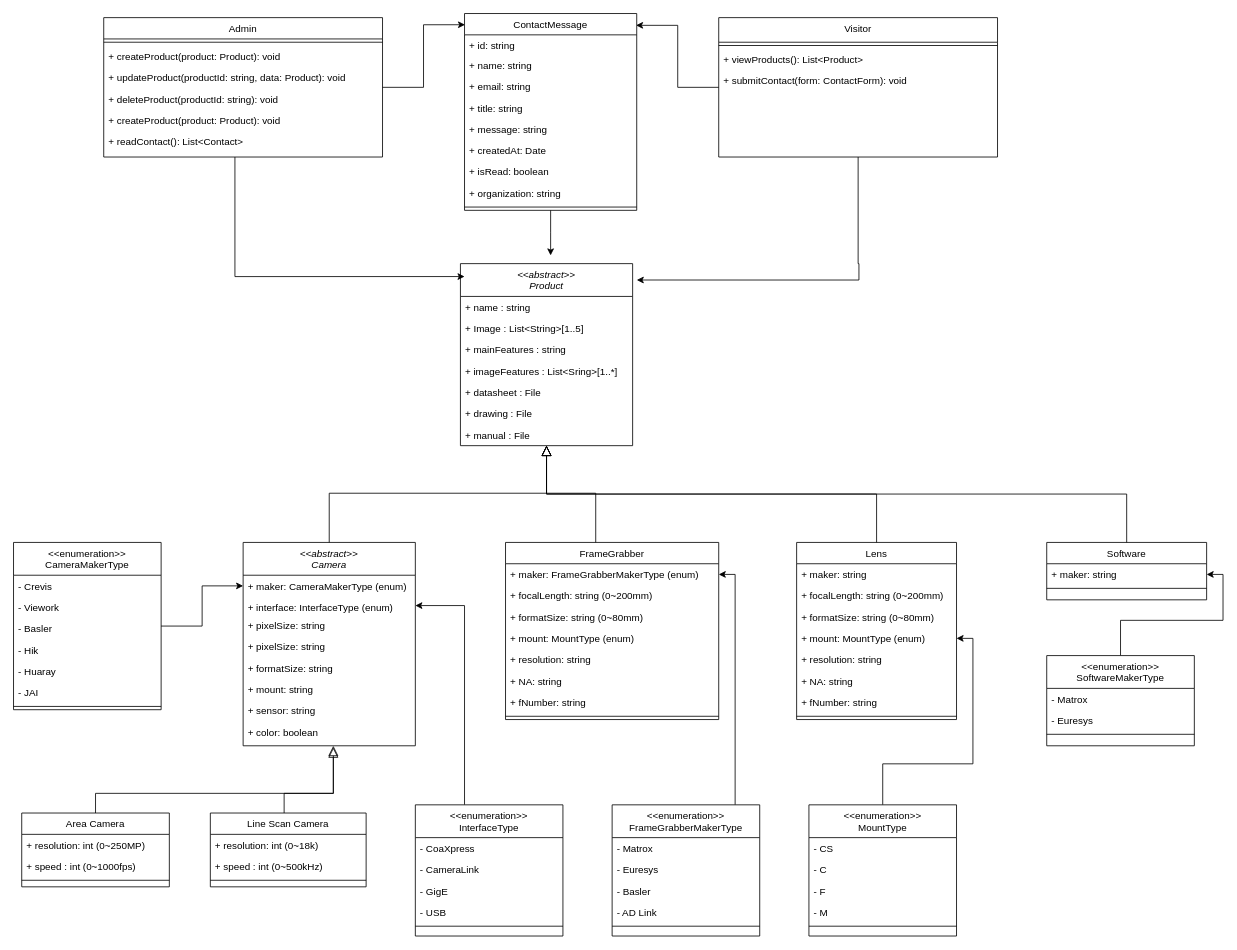
Earlier version of the draw.io diagram class-diagram.drawio (hyeonjun-L/humming-vision). Source tidied: cells renumbered, new cells numbered last; positions are measured from the earlier drawing's top-left corner, leaving out a move shared by most shapes. Both pictures are drawn from the tidied source at 82%, with x=0, y=0 at pixel (13, 13).
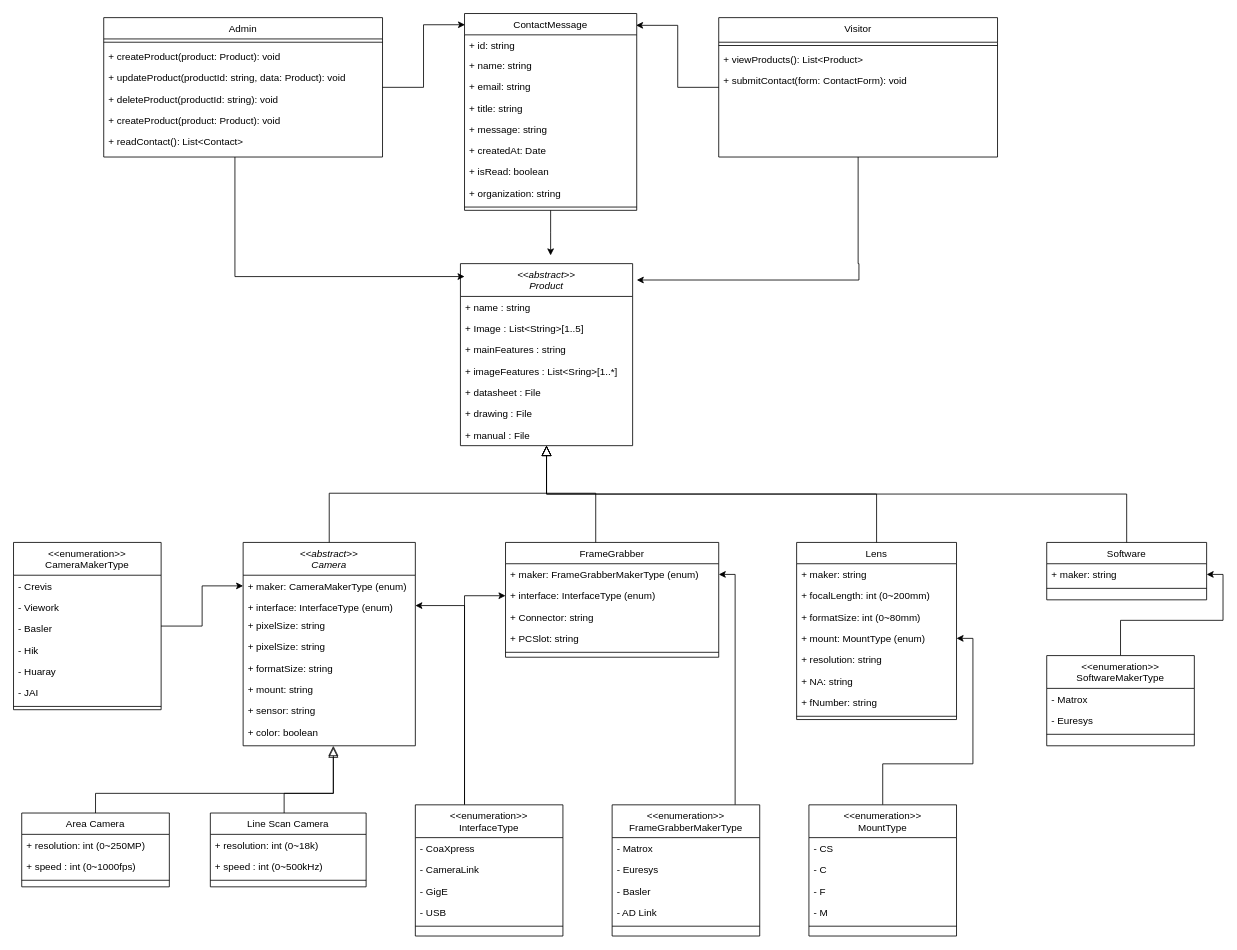
Above is the later version.

Unchanged cells that the change refers to:
```xml
<mxCell id="10" value="Lens" style="swimlane;fontStyle=0;align=center;verticalAlign=top;horizontal=1;startSize=26;rounded=0;shadow=0;strokeWidth=1;" parent="1" vertex="1">
  <mxGeometry x="955" y="645" width="195" height="216" as="geometry" />
</mxCell>
<mxCell id="69" value="&lt;&lt;enumeration&gt;&gt;&#10;InterfaceType" style="swimlane;fontStyle=0;align=center;verticalAlign=top;horizontal=1;startSize=40;rounded=0;shadow=0;strokeWidth=1;" parent="1" vertex="1">
  <mxGeometry x="490" y="965" width="180" height="160" as="geometry" />
</mxCell>
```

The edit, as a diff of the source:
```diff
@@
-    <mxCell id="12" value="+ focalLength: string (0~200mm)  &#10;" style="text;align=left;verticalAlign=top;spacingLeft=4;spacingRight=4;overflow=hidden;" parent="10" vertex="1">
+    <mxCell id="12" value="+ focalLength: int (0~200mm)  &#10;" style="text;align=left;verticalAlign=top;spacingLeft=4;spacingRight=4;overflow=hidden;" parent="10" vertex="1">
       <mxGeometry y="52" width="195" height="26" as="geometry" />
     </mxCell>
-    <mxCell id="13" value="+ formatSize: string (0~80mm)  " style="text;align=left;verticalAlign=top;spacingLeft=4;spacingRight=4;overflow=hidden;rounded=0;shadow=0;html=0;" parent="10" vertex="1">
+    <mxCell id="13" value="+ formatSize: int (0~80mm)  " style="text;align=left;verticalAlign=top;spacingLeft=4;spacingRight=4;overflow=hidden;rounded=0;shadow=0;html=0;" parent="10" vertex="1">
       <mxGeometry y="78" width="195" height="26" as="geometry" />
     </mxCell>
@@
+    <mxCell id="115" style="edgeStyle=orthogonalEdgeStyle;rounded=0;jettySize=auto;html=1;" parent="1" edge="1" source="69" target="84">
+      <mxGeometry relative="1" as="geometry">
+        <Array as="points">
+          <mxPoint x="550" y="710" />
+        </Array>
+      </mxGeometry>
+    </mxCell>
@@
     <mxCell id="82" value="FrameGrabber" style="swimlane;fontStyle=0;align=center;verticalAlign=top;horizontal=1;startSize=26;rounded=0;shadow=0;strokeWidth=1;" parent="1" vertex="1">
-      <mxGeometry x="600" y="645" width="260" height="216" as="geometry" />
+      <mxGeometry x="600" y="645" width="260" height="140" as="geometry" />
     </mxCell>
@@
-    <mxCell id="84" value="+ focalLength: string (0~200mm)  &#10;" style="text;align=left;verticalAlign=top;spacingLeft=4;spacingRight=4;overflow=hidden;points=[[0,0.5],[1,0.5]];portConstraint=eastwest;" parent="82" vertex="1">
+    <mxCell id="84" value="+ interface: InterfaceType (enum)&#10;" style="text;align=left;verticalAlign=top;spacingLeft=4;spacingRight=4;overflow=hidden;points=[[0,0.5],[1,0.5]];portConstraint=eastwest;" parent="82" vertex="1">
       <mxGeometry y="52" width="260" height="26" as="geometry" />
     </mxCell>
-    <mxCell id="85" value="+ formatSize: string (0~80mm)  " style="text;align=left;verticalAlign=top;spacingLeft=4;spacingRight=4;overflow=hidden;rounded=0;shadow=0;html=0;" parent="82" vertex="1">
+    <mxCell id="85" value="+ Connector: string&#10;" style="text;align=left;verticalAlign=top;spacingLeft=4;spacingRight=4;overflow=hidden;rounded=0;shadow=0;html=0;" parent="82" vertex="1">
       <mxGeometry y="78" width="260" height="26" as="geometry" />
     </mxCell>
-    <mxCell id="86" value="+ mount: MountType (enum)  " style="text;align=left;verticalAlign=top;spacingLeft=4;spacingRight=4;overflow=hidden;rounded=0;shadow=0;html=0;" parent="82" vertex="1">
+    <mxCell id="86" value="+ PCSlot: string&#10;" style="text;align=left;verticalAlign=top;spacingLeft=4;spacingRight=4;overflow=hidden;rounded=0;shadow=0;html=0;" parent="82" vertex="1">
       <mxGeometry y="104" width="260" height="26" as="geometry" />
     </mxCell>
-    <mxCell id="87" value="+ resolution: string  " style="text;align=left;verticalAlign=top;spacingLeft=4;spacingRight=4;overflow=hidden;rounded=0;shadow=0;html=0;" parent="82" vertex="1">
-      <mxGeometry y="130" width="260" height="26" as="geometry" />
-    </mxCell>
-    <mxCell id="88" value="+ NA: string  " style="text;align=left;verticalAlign=top;spacingLeft=4;spacingRight=4;overflow=hidden;rounded=0;shadow=0;html=0;" parent="82" vertex="1">
-      <mxGeometry y="156" width="260" height="26" as="geometry" />
-    </mxCell>
-    <mxCell id="89" value="+ fNumber: string" style="text;align=left;verticalAlign=top;spacingLeft=4;spacingRight=4;overflow=hidden;rounded=0;shadow=0;html=0;" parent="82" vertex="1">
-      <mxGeometry y="182" width="260" height="26" as="geometry" />
-    </mxCell>
     <mxCell id="90" style="line;html=1;strokeWidth=1;align=left;verticalAlign=middle;spacingTop=-1;spacingLeft=3;spacingRight=3;labelPosition=right;" parent="82" vertex="1">
-      <mxGeometry y="208" width="260" height="8" as="geometry" />
+      <mxGeometry y="130" width="260" height="8" as="geometry" />
     </mxCell>
```
